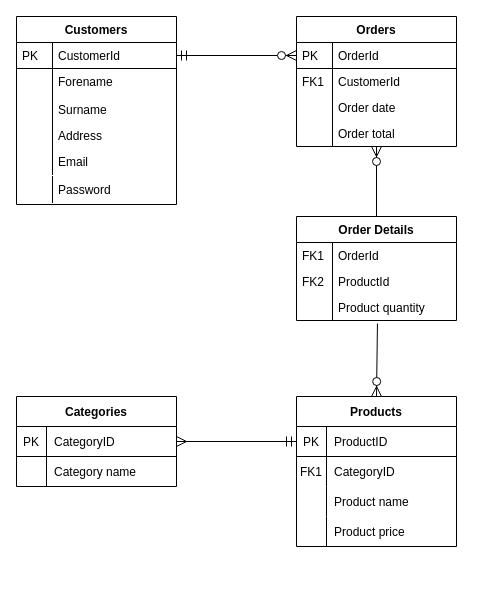
Above: fundamentalProject_ERD.drawio in shivalasvegas/filesDirectory (draw.io), before the change. Source tidied: cells renumbered, new cells numbered last; positions are measured from the earlier drawing's top-left corner, leaving out a move shared by most shapes. Both pictures are drawn from the tidied source at 100%, with x=0, y=0 at pixel (16, 16).
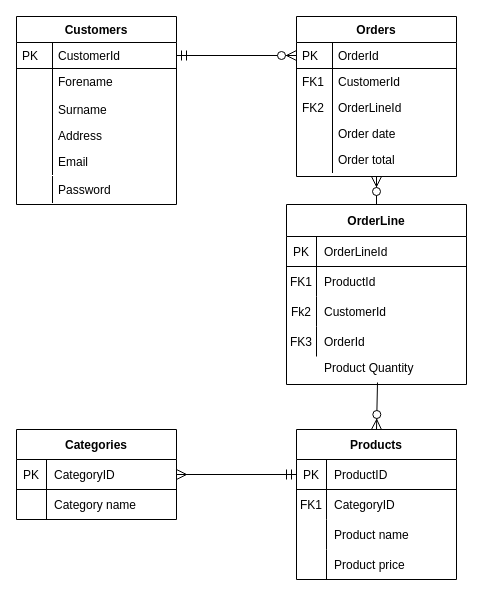
Above is the later version.

Commit message (it also covers changes not shown here):
Modified ERD: changed orderline

What changed in the source:
```diff
@@
-    <mxCell id="14" style="edgeStyle=orthogonalEdgeStyle;endArrow=none;startArrow=ERzeroToMany;shadow=0;strokeWidth=1;endSize=8;startSize=8;endFill=0;startFill=1;" parent="1" edge="1" source="19" target="28">
-      <mxGeometry relative="1" as="geometry" />
+    <mxCell id="14" style="edgeStyle=orthogonalEdgeStyle;endArrow=none;startArrow=ERzeroToMany;shadow=0;strokeWidth=1;endSize=8;startSize=8;endFill=0;startFill=1;" parent="1" edge="1" source="19">
+      <mxGeometry relative="1" as="geometry">
+        <mxPoint x="360" y="200" as="targetPoint" />
+      </mxGeometry>
     </mxCell>
@@
-    <mxCell id="17" value="Order total" style="shape=partialRectangle;top=0;left=0;right=0;bottom=0;align=left;verticalAlign=top;fillColor=none;spacingLeft=40;spacingRight=4;overflow=hidden;rounded=0;shadow=0;strokeWidth=1;" parent="1" vertex="1">
+    <mxCell id="17" value="Order date" style="shape=partialRectangle;top=0;left=0;right=0;bottom=0;align=left;verticalAlign=top;fillColor=none;spacingLeft=40;spacingRight=4;overflow=hidden;rounded=0;shadow=0;strokeWidth=1;" parent="1" vertex="1">
       <mxGeometry x="280" y="104" width="160" height="26" as="geometry" />
     </mxCell>
@@
     <mxCell id="19" value="Orders" style="swimlane;fontStyle=1;horizontal=1;startSize=26;rounded=0;shadow=0;strokeWidth=1;" parent="1" vertex="1">
-      <mxGeometry x="280" width="160" height="130" as="geometry" />
+      <mxGeometry x="280" width="160" height="160" as="geometry" />
     </mxCell>
@@
-    <mxCell id="24" value="Order date" style="shape=partialRectangle;top=0;left=0;right=0;bottom=0;align=left;verticalAlign=top;fillColor=none;spacingLeft=40;spacingRight=4;overflow=hidden;rounded=0;shadow=0;strokeWidth=1;" parent="19" vertex="1">
+    <mxCell id="24" value="OrderLineId" style="shape=partialRectangle;top=0;left=0;right=0;bottom=0;align=left;verticalAlign=top;fillColor=none;spacingLeft=40;spacingRight=4;overflow=hidden;rounded=0;shadow=0;strokeWidth=1;" parent="19" vertex="1">
       <mxGeometry y="78" width="160" height="26" as="geometry" />
     </mxCell>
-    <mxCell id="25" style="shape=partialRectangle;top=0;left=0;bottom=0;fillColor=none;align=left;verticalAlign=top;spacingLeft=4;spacingRight=4;overflow=hidden;" parent="24" vertex="1">
+    <mxCell id="25" value="FK2" style="shape=partialRectangle;top=0;left=0;bottom=0;fillColor=none;align=left;verticalAlign=top;spacingLeft=4;spacingRight=4;overflow=hidden;" parent="24" vertex="1">
       <mxGeometry width="36" height="26" as="geometry" />
     </mxCell>
-    <mxCell id="26" style="endArrow=none;html=1;rounded=0;exitX=0.5;exitY=0;exitDx=0;exitDy=0;startArrow=ERzeroToMany;startFill=1;entryX=0.506;entryY=1.115;entryDx=0;entryDy=0;entryPerimeter=0;endSize=8;startSize=8;" parent="1" edge="1" source="35" target="33">
-      <mxGeometry relative="1" as="geometry" />
+    <mxCell id="26" style="endArrow=none;html=1;rounded=0;exitX=0.5;exitY=0;exitDx=0;exitDy=0;startArrow=ERzeroToMany;startFill=1;entryX=0.506;entryY=1.115;entryDx=0;entryDy=0;entryPerimeter=0;endSize=8;startSize=8;" parent="1" edge="1" source="35">
+      <mxGeometry relative="1" as="geometry">
+        <mxPoint x="361" y="366" as="targetPoint" />
+      </mxGeometry>
     </mxCell>
@@
-    <mxCell id="28" value="Order Details" style="swimlane;fontStyle=1;horizontal=1;startSize=26;rounded=0;shadow=0;strokeWidth=1;" parent="1" vertex="1">
-      <mxGeometry x="280" y="200" width="160" height="104" as="geometry" />
-    </mxCell>
-    <mxCell id="29" value="OrderId" style="shape=partialRectangle;top=0;left=0;right=0;bottom=0;align=left;verticalAlign=top;fillColor=none;spacingLeft=40;spacingRight=4;overflow=hidden;rounded=0;shadow=0;strokeWidth=1;" parent="28" vertex="1">
-      <mxGeometry y="26" width="160" height="26" as="geometry" />
-    </mxCell>
-    <mxCell id="30" value="FK1" style="shape=partialRectangle;top=0;left=0;bottom=0;fillColor=none;align=left;verticalAlign=top;spacingLeft=4;spacingRight=4;overflow=hidden;" parent="29" vertex="1">
-      <mxGeometry width="36" height="26" as="geometry" />
-    </mxCell>
-    <mxCell id="31" value="ProductId" style="shape=partialRectangle;top=0;left=0;right=0;bottom=0;align=left;verticalAlign=top;fillColor=none;spacingLeft=40;spacingRight=4;overflow=hidden;rounded=0;shadow=0;strokeWidth=1;" parent="28" vertex="1">
-      <mxGeometry y="52" width="160" height="26" as="geometry" />
-    </mxCell>
-    <mxCell id="32" value="FK2" style="shape=partialRectangle;top=0;left=0;bottom=0;fillColor=none;align=left;verticalAlign=top;spacingLeft=4;spacingRight=4;overflow=hidden;" parent="31" vertex="1">
-      <mxGeometry width="36" height="26" as="geometry" />
-    </mxCell>
-    <mxCell id="33" value="Product quantity" style="shape=partialRectangle;top=0;left=0;right=0;bottom=0;align=left;verticalAlign=top;fillColor=none;spacingLeft=40;spacingRight=4;overflow=hidden;points=[[0,0.5],[1,0.5]];portConstraint=eastwest;rounded=0;shadow=0;strokeWidth=1;" parent="28" vertex="1">
-      <mxGeometry y="78" width="160" height="26" as="geometry" />
-    </mxCell>
+    <mxCell id="55" style="shape=partialRectangle;fillColor=none;top=0;left=0;bottom=0;right=0;" parent="1" vertex="1">
+      <mxGeometry x="270" y="336" width="180" height="30" as="geometry" />
+    </mxCell>
+    <mxCell id="56" value="Product Quantity" style="shape=partialRectangle;fillColor=none;top=0;left=0;bottom=0;right=0;align=left;spacingLeft=6;overflow=hidden;" parent="55" vertex="1">
+      <mxGeometry x="30" width="150" height="30" as="geometry" />
+    </mxCell>
+    <mxCell id="57" value="Order total" style="shape=partialRectangle;top=0;left=0;right=0;bottom=0;align=left;verticalAlign=top;fillColor=none;spacingLeft=40;spacingRight=4;overflow=hidden;rounded=0;shadow=0;strokeWidth=1;" parent="1" vertex="1">
+      <mxGeometry x="280" y="130" width="160" height="26" as="geometry" />
+    </mxCell>
-    <mxCell id="34" style="shape=partialRectangle;top=0;left=0;bottom=0;fillColor=none;align=left;verticalAlign=top;spacingLeft=4;spacingRight=4;overflow=hidden;" parent="33" vertex="1">
+    <mxCell id="34" style="shape=partialRectangle;top=0;left=0;bottom=0;fillColor=none;align=left;verticalAlign=top;spacingLeft=4;spacingRight=4;overflow=hidden;" parent="57" vertex="1">
       <mxGeometry width="36" height="26" as="geometry" />
     </mxCell>
     <mxCell id="35" value="Products" style="shape=table;startSize=30;childLayout=tableLayout;rowLines=0;fontStyle=1;align=center;" parent="1" vertex="1">
-      <mxGeometry x="280" y="380" width="160" height="150" as="geometry" />
+      <mxGeometry x="280" y="413" width="160" height="150" as="geometry" />
     </mxCell>
@@
     <mxCell id="48" value="Categories" style="shape=table;startSize=30;childLayout=tableLayout;rowLines=0;fontStyle=1;align=center;" parent="1" vertex="1">
-      <mxGeometry y="380" width="160" height="90" as="geometry" />
+      <mxGeometry y="413" width="160" height="90" as="geometry" />
     </mxCell>
@@
+    <mxCell id="58" value="OrderLine" style="shape=table;startSize=32;childLayout=tableLayout;rowLines=0;fontStyle=1;align=center;strokeColor=#000000;" parent="1" vertex="1">
+      <mxGeometry x="270" y="188" width="180" height="180" as="geometry" />
+    </mxCell>
+    <mxCell id="59" style="shape=partialRectangle;fillColor=none;top=0;left=0;bottom=1;right=0;" parent="58" vertex="1">
+      <mxGeometry y="32" width="180" height="30" as="geometry" />
+    </mxCell>
+    <mxCell id="60" value="PK" style="shape=partialRectangle;fillColor=none;top=0;left=0;bottom=0;right=0;fontStyle=0;overflow=hidden;" parent="59" vertex="1">
+      <mxGeometry width="30" height="30" as="geometry" />
+    </mxCell>
+    <mxCell id="61" value="OrderLineId" style="shape=partialRectangle;fillColor=none;top=0;left=0;bottom=0;right=0;align=left;spacingLeft=6;fontStyle=0;overflow=hidden;" parent="59" vertex="1">
+      <mxGeometry x="30" width="150" height="30" as="geometry" />
+    </mxCell>
+    <mxCell id="62" style="shape=partialRectangle;fillColor=none;top=0;left=0;bottom=0;right=0;" parent="58" vertex="1">
+      <mxGeometry y="62" width="180" height="30" as="geometry" />
+    </mxCell>
+    <mxCell id="30" value="FK1" style="shape=partialRectangle;fillColor=none;top=0;left=0;bottom=0;right=0;overflow=hidden;" parent="62" vertex="1">
+      <mxGeometry width="30" height="30" as="geometry" />
+    </mxCell>
+    <mxCell id="31" value="ProductId" style="shape=partialRectangle;fillColor=none;top=0;left=0;bottom=0;right=0;align=left;spacingLeft=6;overflow=hidden;" parent="62" vertex="1">
+      <mxGeometry x="30" width="150" height="30" as="geometry" />
+    </mxCell>
+    <mxCell id="63" style="shape=partialRectangle;fillColor=none;top=0;left=0;bottom=0;right=0;" parent="58" vertex="1">
+      <mxGeometry y="92" width="180" height="30" as="geometry" />
+    </mxCell>
+    <mxCell id="64" value="Fk2" style="shape=partialRectangle;fillColor=none;top=0;left=0;bottom=0;right=0;overflow=hidden;" parent="63" vertex="1">
+      <mxGeometry width="30" height="30" as="geometry" />
+    </mxCell>
+    <mxCell id="65" value="CustomerId" style="shape=partialRectangle;fillColor=none;top=0;left=0;bottom=0;right=0;align=left;spacingLeft=6;overflow=hidden;" parent="63" vertex="1">
+      <mxGeometry x="30" width="150" height="30" as="geometry" />
+    </mxCell>
+    <mxCell id="66" style="shape=partialRectangle;fillColor=none;top=0;left=0;bottom=0;right=0;" parent="58" vertex="1">
+      <mxGeometry y="122" width="180" height="30" as="geometry" />
+    </mxCell>
+    <mxCell id="67" value="FK3" style="shape=partialRectangle;fillColor=none;top=0;left=0;bottom=0;right=0;overflow=hidden;" parent="66" vertex="1">
+      <mxGeometry width="30" height="30" as="geometry" />
+    </mxCell>
+    <mxCell id="29" value="OrderId" style="shape=partialRectangle;fillColor=none;top=0;left=0;bottom=0;right=0;align=left;spacingLeft=6;overflow=hidden;" parent="66" vertex="1">
+      <mxGeometry x="30" width="150" height="30" as="geometry" />
+    </mxCell>
```
